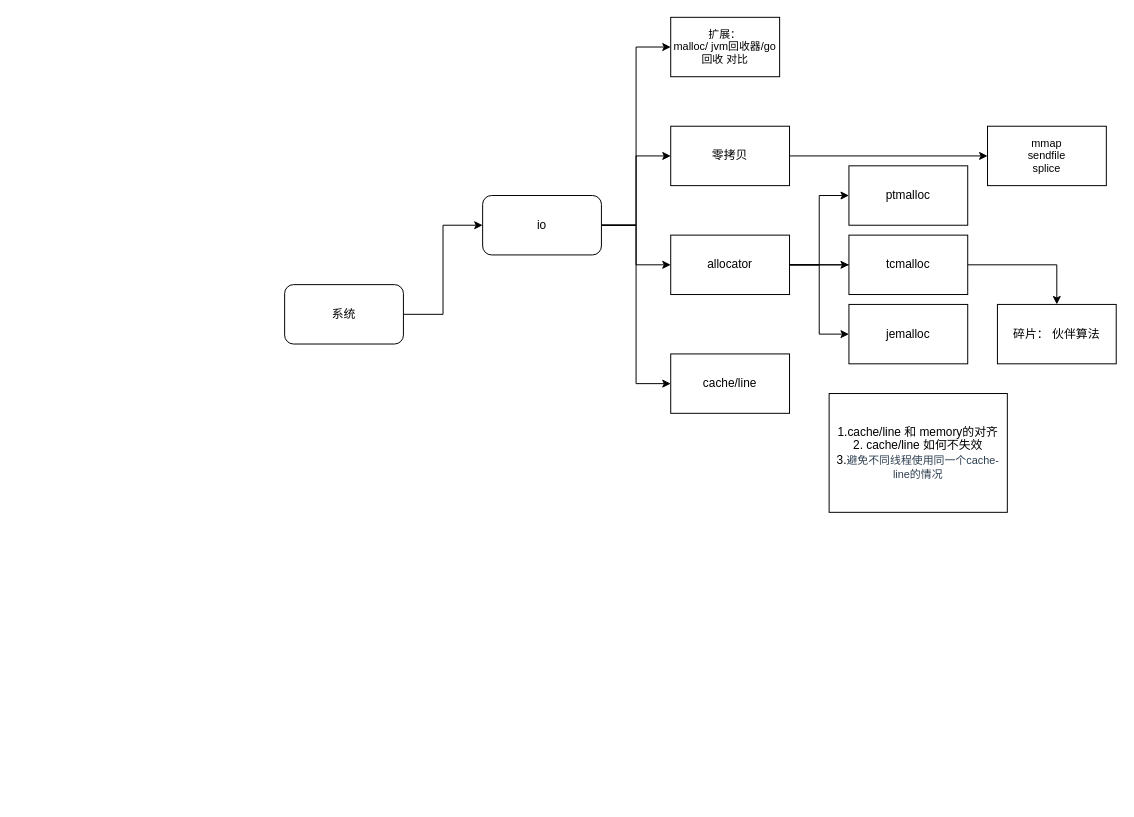
Above: resources/Untitled Diagram.drawio in lubit/lubit.github.io (draw.io), before the change. Source tidied: cells renumbered, new cells numbered last; positions are measured from the earlier drawing's top-left corner, leaving out a move shared by most shapes. Both pictures are drawn from the tidied source at 99%, with x=0, y=0 at pixel (284, 17).
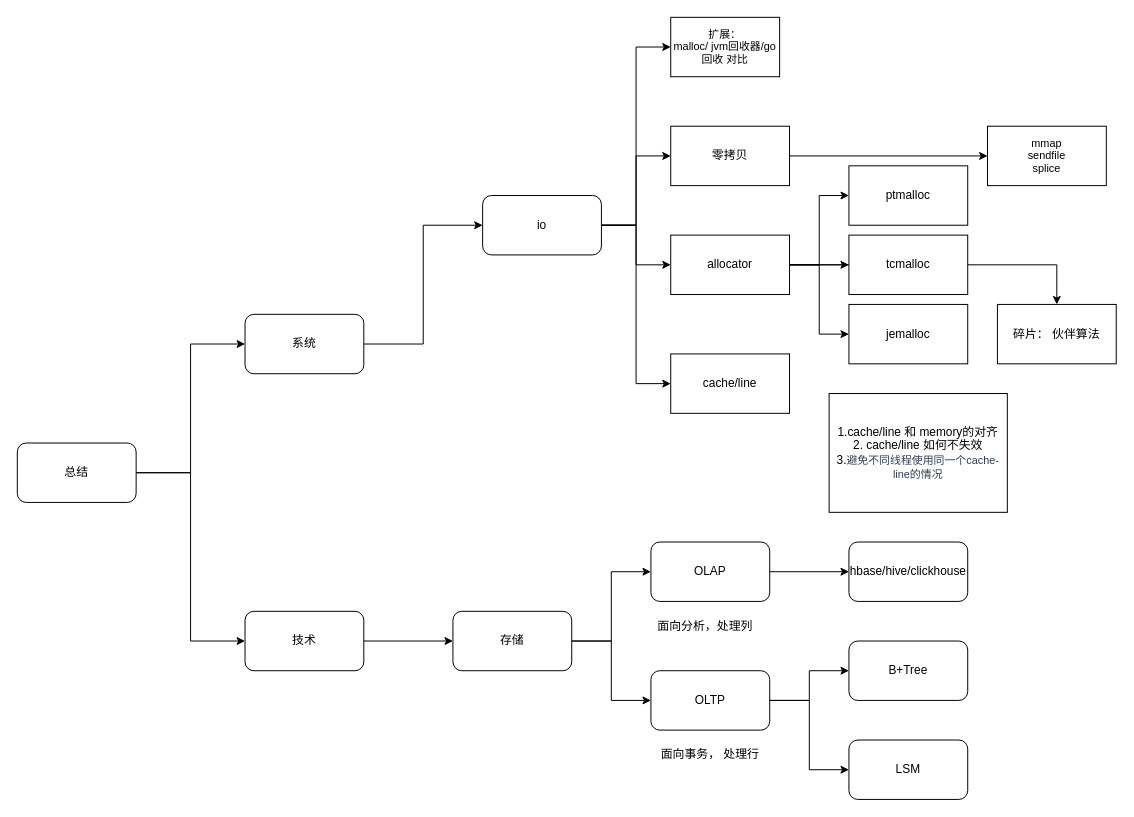
Above is the later version.

The edit, as a diff of the source:
```diff
@@
     <mxCell id="3" value="系统" style="rounded=1;whiteSpace=wrap;html=1;" parent="1" vertex="1">
-      <mxGeometry y="270" width="120" height="60" as="geometry" />
+      <mxGeometry x="-40" y="300" width="120" height="60" as="geometry" />
     </mxCell>
@@
+    <mxCell id="24" style="edgeStyle=orthogonalEdgeStyle;rounded=0;jettySize=auto;html=1;exitX=1;exitY=0.5;exitDx=0;exitDy=0;entryX=0;entryY=0.5;entryDx=0;entryDy=0;" parent="1" edge="1" source="25" target="28">
+      <mxGeometry relative="1" as="geometry" />
+    </mxCell>
+    <mxCell id="25" value="技术" style="rounded=1;whiteSpace=wrap;html=1;" parent="1" vertex="1">
+      <mxGeometry x="-40" y="600" width="120" height="60" as="geometry" />
+    </mxCell>
+    <mxCell id="26" style="edgeStyle=orthogonalEdgeStyle;rounded=0;jettySize=auto;html=1;entryX=0;entryY=0.5;entryDx=0;entryDy=0;" parent="1" edge="1" source="28" target="30">
+      <mxGeometry relative="1" as="geometry" />
+    </mxCell>
+    <mxCell id="27" style="edgeStyle=orthogonalEdgeStyle;rounded=0;jettySize=auto;html=1;exitX=1;exitY=0.5;exitDx=0;exitDy=0;entryX=0;entryY=0.5;entryDx=0;entryDy=0;" parent="1" edge="1" source="28" target="33">
+      <mxGeometry relative="1" as="geometry" />
+    </mxCell>
+    <mxCell id="28" value="存储" style="rounded=1;whiteSpace=wrap;html=1;" parent="1" vertex="1">
+      <mxGeometry x="170" y="600" width="120" height="60" as="geometry" />
+    </mxCell>
+    <mxCell id="29" style="edgeStyle=orthogonalEdgeStyle;rounded=0;jettySize=auto;html=1;" parent="1" edge="1" source="30" target="36">
+      <mxGeometry relative="1" as="geometry" />
+    </mxCell>
+    <mxCell id="30" value="OLAP" style="whiteSpace=wrap;html=1;rounded=1;" parent="1" vertex="1">
+      <mxGeometry x="370" y="530" width="120" height="60" as="geometry" />
+    </mxCell>
+    <mxCell id="31" style="edgeStyle=orthogonalEdgeStyle;rounded=0;jettySize=auto;html=1;exitX=1;exitY=0.5;exitDx=0;exitDy=0;" parent="1" edge="1" source="33" target="38">
+      <mxGeometry relative="1" as="geometry" />
+    </mxCell>
+    <mxCell id="32" style="edgeStyle=orthogonalEdgeStyle;rounded=0;jettySize=auto;html=1;exitX=1;exitY=0.5;exitDx=0;exitDy=0;entryX=0;entryY=0.5;entryDx=0;entryDy=0;" parent="1" edge="1" source="33" target="37">
+      <mxGeometry relative="1" as="geometry" />
+    </mxCell>
+    <mxCell id="33" value="OLTP" style="whiteSpace=wrap;html=1;rounded=1;" parent="1" vertex="1">
+      <mxGeometry x="370" y="660" width="120" height="60" as="geometry" />
+    </mxCell>
+    <mxCell id="34" value="面向分析，处理列" style="text;html=1;strokeColor=none;fillColor=none;align=center;verticalAlign=middle;whiteSpace=wrap;rounded=0;" parent="1" vertex="1">
+      <mxGeometry x="365" y="600" width="120" height="30" as="geometry" />
+    </mxCell>
+    <mxCell id="35" value="面向事务， 处理行" style="text;html=1;strokeColor=none;fillColor=none;align=center;verticalAlign=middle;whiteSpace=wrap;rounded=0;" parent="1" vertex="1">
+      <mxGeometry x="375" y="730" width="110" height="30" as="geometry" />
+    </mxCell>
+    <mxCell id="36" value="hbase/hive/clickhouse" style="whiteSpace=wrap;html=1;rounded=1;" parent="1" vertex="1">
+      <mxGeometry x="570" y="530" width="120" height="60" as="geometry" />
+    </mxCell>
+    <mxCell id="37" value="LSM" style="whiteSpace=wrap;html=1;rounded=1;" parent="1" vertex="1">
+      <mxGeometry x="570" y="730" width="120" height="60" as="geometry" />
+    </mxCell>
+    <mxCell id="38" value="B+Tree" style="whiteSpace=wrap;html=1;rounded=1;" parent="1" vertex="1">
+      <mxGeometry x="570" y="630" width="120" height="60" as="geometry" />
+    </mxCell>
+    <mxCell id="39" style="edgeStyle=orthogonalEdgeStyle;rounded=0;jettySize=auto;html=1;exitX=1;exitY=0.5;exitDx=0;exitDy=0;entryX=0;entryY=0.5;entryDx=0;entryDy=0;" parent="1" edge="1" source="41" target="3">
+      <mxGeometry relative="1" as="geometry" />
+    </mxCell>
+    <mxCell id="40" style="edgeStyle=orthogonalEdgeStyle;rounded=0;jettySize=auto;html=1;exitX=1;exitY=0.5;exitDx=0;exitDy=0;entryX=0;entryY=0.5;entryDx=0;entryDy=0;" parent="1" edge="1" source="41" target="25">
+      <mxGeometry relative="1" as="geometry" />
+    </mxCell>
+    <mxCell id="41" value="总结" style="rounded=1;whiteSpace=wrap;html=1;" parent="1" vertex="1">
+      <mxGeometry x="-270" y="430" width="120" height="60" as="geometry" />
+    </mxCell>
```
